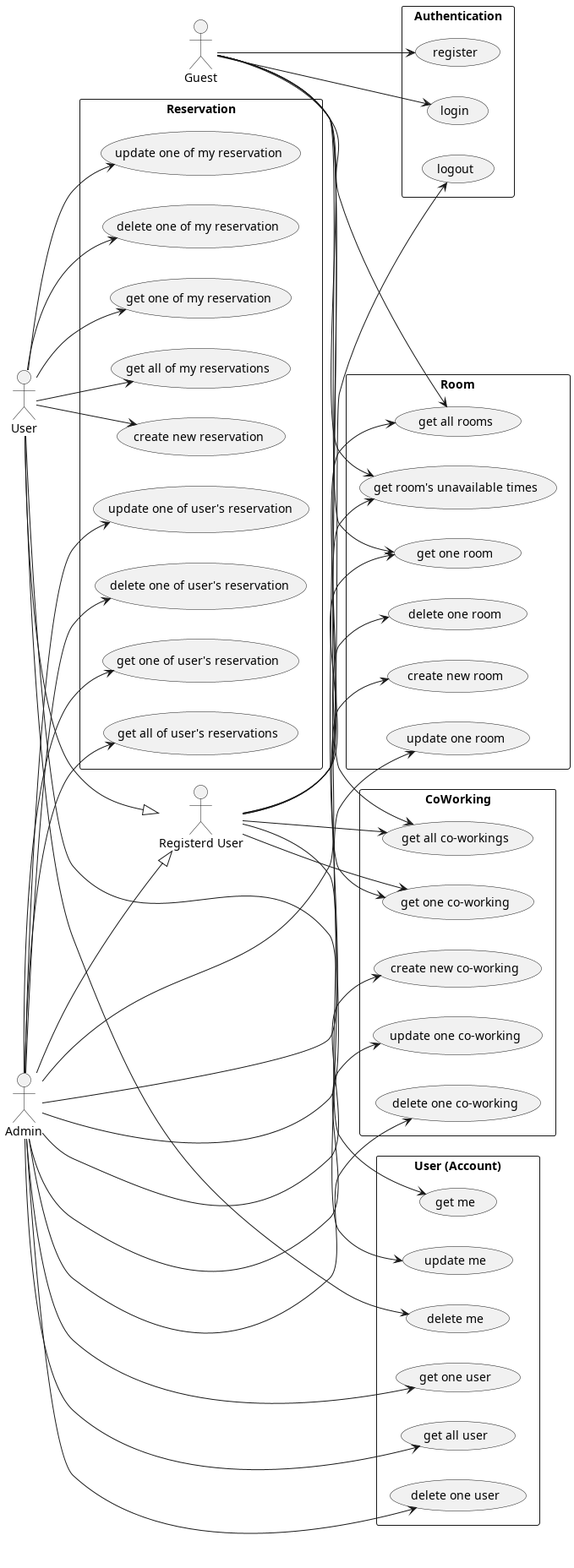
TeaChanathip/SwDev-Project keeps this PlantUML diagram as diagrams/usecase/usecase.png. Above is the earlier version.
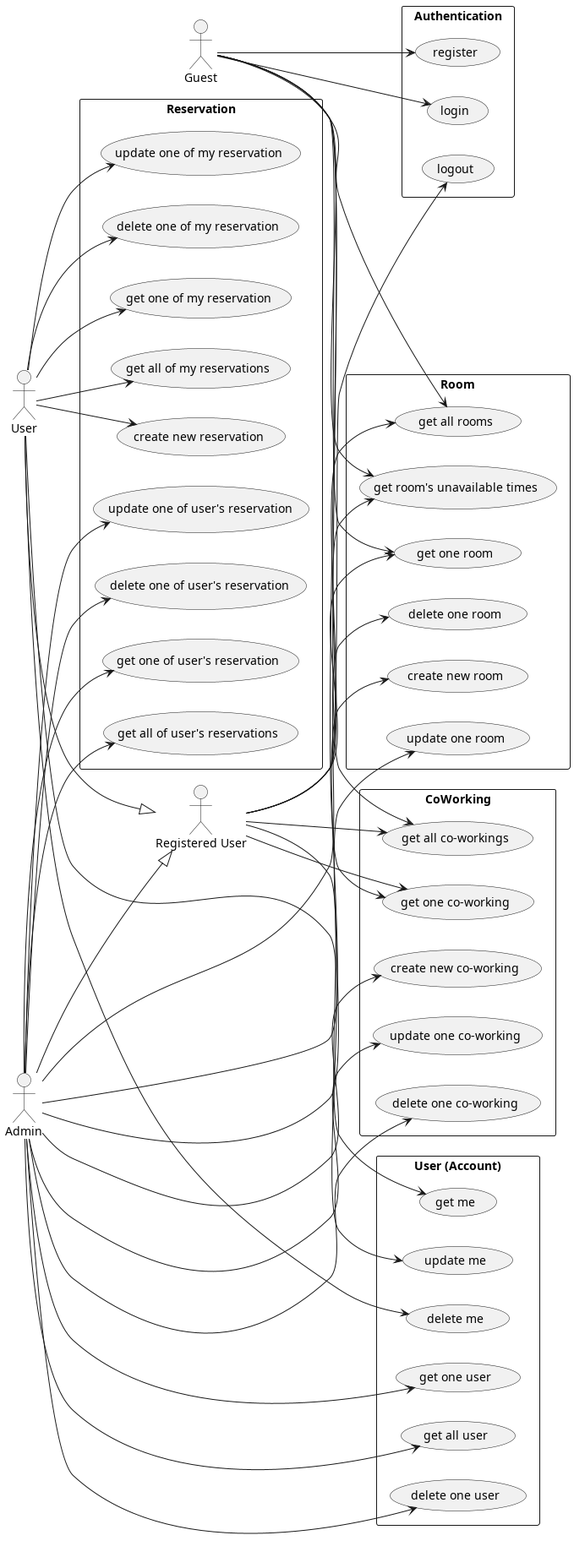
The same diagram one commit later.

Change to the diagram source:
```diff
@@ -2,12 +2,12 @@
 left to right direction
 
 actor Guest
-actor "Registerd User"
+actor "Registered User"
 actor User
 actor Admin
 
-User --|> "Registerd User"
-Admin --|> "Registerd User"
+User --|> "Registered User"
+Admin --|> "Registered User"
 
 rectangle "Authentication" {
     usecase "register" as AuthUC1
@@ -63,13 +63,13 @@
 Guest --> RoomUC3
 Guest --> RoomUC6
 
-"Registerd User" --> AuthUC3
-"Registerd User" --> UserUC1
-"Registerd User" --> CoWorkingUC2
-"Registerd User" --> CoWorkingUC3
-"Registerd User" --> RoomUC2
-"Registerd User" --> RoomUC3
-"Registerd User" --> RoomUC6
+"Registered User" --> AuthUC3
+"Registered User" --> UserUC1
+"Registered User" --> CoWorkingUC2
+"Registered User" --> CoWorkingUC3
+"Registered User" --> RoomUC2
+"Registered User" --> RoomUC3
+"Registered User" --> RoomUC6
 
 User --> UserUC2
 User --> UserUC3
```
